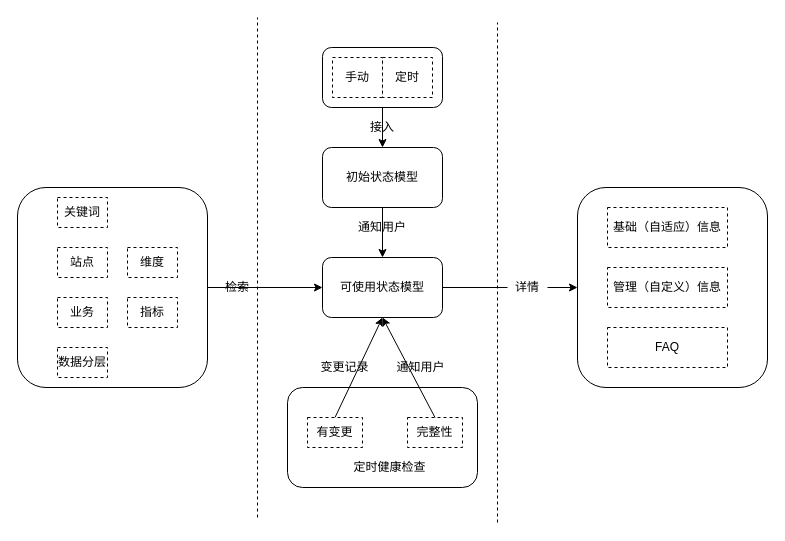
Before: page "第 2 页" (2 of 3) of demo01/demo.drawio in huang-chh/draw, a draw.io diagram. Source tidied: cells renumbered, new cells numbered last; positions are measured from the earlier drawing's top-left corner, leaving out a move shared by most shapes. Both pictures are drawn from the tidied source at 100%, with x=0, y=0 at pixel (17, 17).
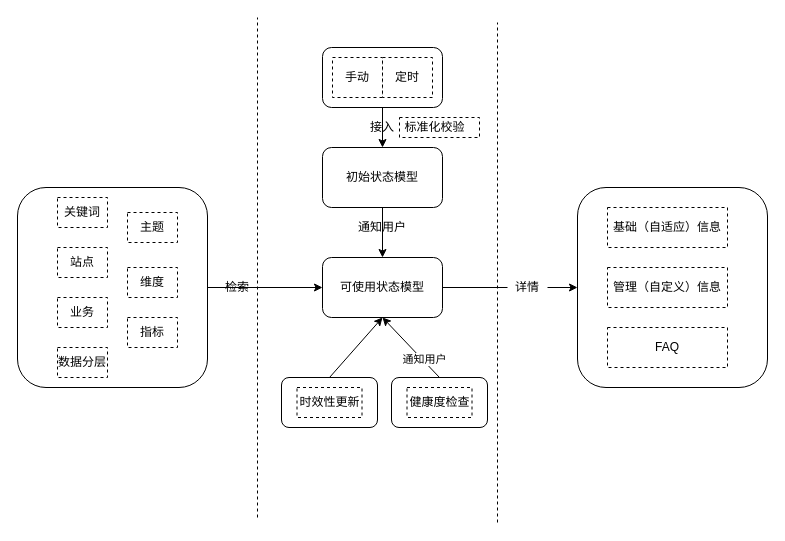
The same page after the edit.

Unchanged cells that the change refers to:
```xml
<mxCell id="6" value="可使用状态模型" style="rounded=1;whiteSpace=wrap;html=1;" parent="1" vertex="1">
  <mxGeometry x="305" y="240" width="120" height="60" as="geometry" />
</mxCell>
```

The edit, as a diff of the source:
```diff
@@
+    <mxCell id="37" style="rounded=0;whiteSpace=wrap;html=1;dashed=1;" parent="1" vertex="1">
+      <mxGeometry x="382" y="100" width="80" height="20" as="geometry" />
+    </mxCell>
+    <mxCell id="38" style="rounded=1;whiteSpace=wrap;html=1;" parent="1" vertex="1">
+      <mxGeometry x="374" y="360" width="96" height="50" as="geometry" />
+    </mxCell>
@@
     <mxCell id="11" style="rounded=1;whiteSpace=wrap;html=1;" parent="1" vertex="1">
-      <mxGeometry x="270" y="370" width="190" height="100" as="geometry" />
+      <mxGeometry x="264" y="360" width="96" height="50" as="geometry" />
     </mxCell>
-    <mxCell id="12" style="endArrow=classic;html=1;exitX=0.5;exitY=0;exitDx=0;exitDy=0;entryX=0.5;entryY=1;entryDx=0;entryDy=0;" parent="1" edge="1" source="14" target="6">
-      <mxGeometry relative="1" as="geometry" />
-    </mxCell>
-    <mxCell id="13" value="定时健康检查" style="text;html=1;strokeColor=none;fillColor=none;align=center;verticalAlign=middle;whiteSpace=wrap;rounded=0;" parent="1" vertex="1">
-      <mxGeometry x="335" y="440" width="75" height="20" as="geometry" />
-    </mxCell>
-    <mxCell id="14" value="有变更" style="rounded=0;whiteSpace=wrap;html=1;dashed=1;" parent="1" vertex="1">
-      <mxGeometry x="290" y="400" width="55" height="30" as="geometry" />
+    <mxCell id="14" value="时效性更新" style="rounded=0;whiteSpace=wrap;html=1;dashed=1;" parent="1" vertex="1">
+      <mxGeometry x="279.5" y="370" width="65" height="30" as="geometry" />
     </mxCell>
-    <mxCell id="15" value="完整性" style="rounded=0;whiteSpace=wrap;html=1;dashed=1;" parent="1" vertex="1">
-      <mxGeometry x="390" y="400" width="55" height="30" as="geometry" />
+    <mxCell id="15" value="健康度检查" style="rounded=0;whiteSpace=wrap;html=1;dashed=1;" parent="1" vertex="1">
+      <mxGeometry x="389.5" y="370" width="65" height="30" as="geometry" />
     </mxCell>
-    <mxCell id="16" style="endArrow=classic;html=1;exitX=0.5;exitY=0;exitDx=0;exitDy=0;" parent="1" edge="1" source="15">
-      <mxGeometry relative="1" as="geometry">
-        <mxPoint x="365" y="300" as="targetPoint" />
-      </mxGeometry>
-    </mxCell>
-    <mxCell id="17" value="变更记录" style="text;html=1;strokeColor=none;fillColor=none;align=center;verticalAlign=middle;whiteSpace=wrap;rounded=0;" parent="1" vertex="1">
-      <mxGeometry x="300" y="340" width="55" height="20" as="geometry" />
-    </mxCell>
-    <mxCell id="18" value="通知用户" style="text;html=1;strokeColor=none;fillColor=none;align=center;verticalAlign=middle;whiteSpace=wrap;rounded=0;" parent="1" vertex="1">
-      <mxGeometry x="376" y="340" width="55" height="20" as="geometry" />
-    </mxCell>
@@
     <mxCell id="24" value="维度" style="rounded=0;whiteSpace=wrap;html=1;dashed=1;" parent="1" vertex="1">
-      <mxGeometry x="110" y="230" width="50" height="30" as="geometry" />
+      <mxGeometry x="110" y="250" width="50" height="30" as="geometry" />
     </mxCell>
     <mxCell id="25" value="指标" style="rounded=0;whiteSpace=wrap;html=1;dashed=1;" parent="1" vertex="1">
-      <mxGeometry x="110" y="280" width="50" height="30" as="geometry" />
+      <mxGeometry x="110" y="300" width="50" height="30" as="geometry" />
     </mxCell>
@@
+    <mxCell id="39" value="主题" style="rounded=0;whiteSpace=wrap;html=1;dashed=1;" parent="1" vertex="1">
+      <mxGeometry x="110" y="195" width="50" height="30" as="geometry" />
+    </mxCell>
+    <mxCell id="40" style="endArrow=classic;html=1;entryX=0.5;entryY=1;entryDx=0;entryDy=0;exitX=0.5;exitY=0;exitDx=0;exitDy=0;" parent="1" edge="1" source="11" target="6">
+      <mxGeometry relative="1" as="geometry" />
+    </mxCell>
+    <mxCell id="41" style="endArrow=classic;html=1;entryX=0.5;entryY=1;entryDx=0;entryDy=0;exitX=0.5;exitY=0;exitDx=0;exitDy=0;" parent="1" edge="1" source="38" target="6">
+      <mxGeometry relative="1" as="geometry" />
+    </mxCell>
+    <mxCell id="18" value="通知用户" style="edgeLabel;html=1;align=center;verticalAlign=middle;" parent="41" vertex="1">
+      <mxGeometry x="-0.43" y="-1" relative="1" as="geometry" />
+    </mxCell>
+    <mxCell id="42" value="标准化校验" style="text;html=1;strokeColor=none;fillColor=none;align=center;verticalAlign=middle;whiteSpace=wrap;rounded=0;" parent="1" vertex="1">
+      <mxGeometry x="385" y="105" width="65" height="10" as="geometry" />
+    </mxCell>
```
